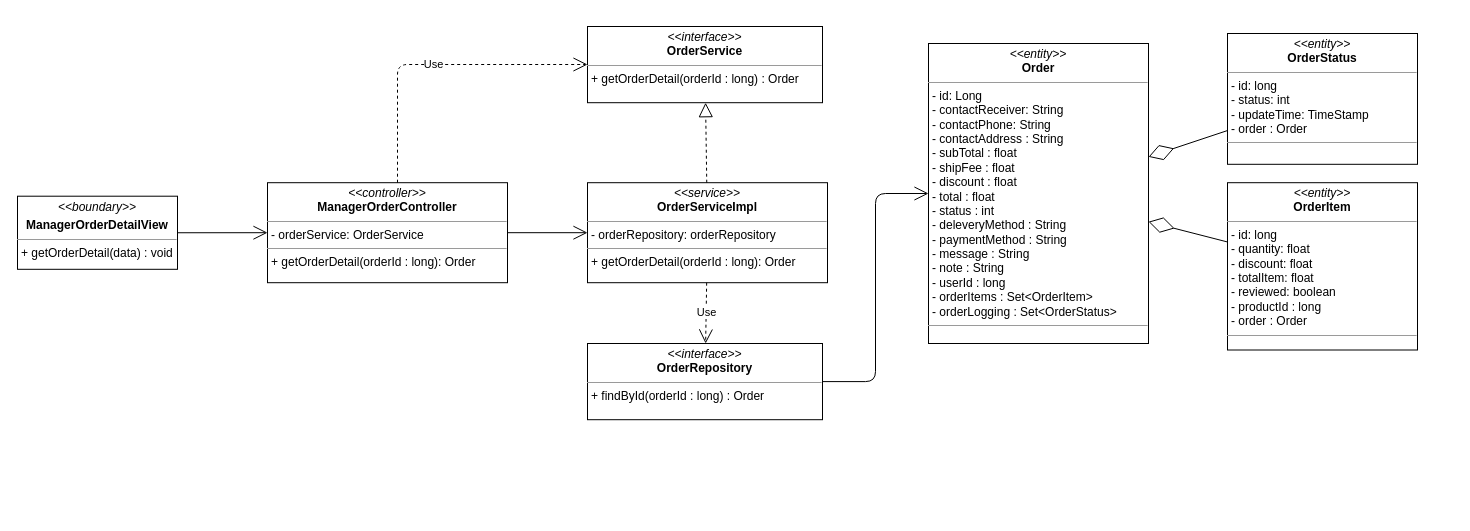
The draw.io diagram class diagram/manager-order-detail-class-diagram.drawio in nguyenphamvan/datn_20202, before the edit. Source tidied: cells renumbered, new cells numbered last; positions are measured from the earlier drawing's top-left corner, leaving out a move shared by most shapes. Both pictures are drawn from the tidied source at 100%, with x=0, y=0 at pixel (17, 26).
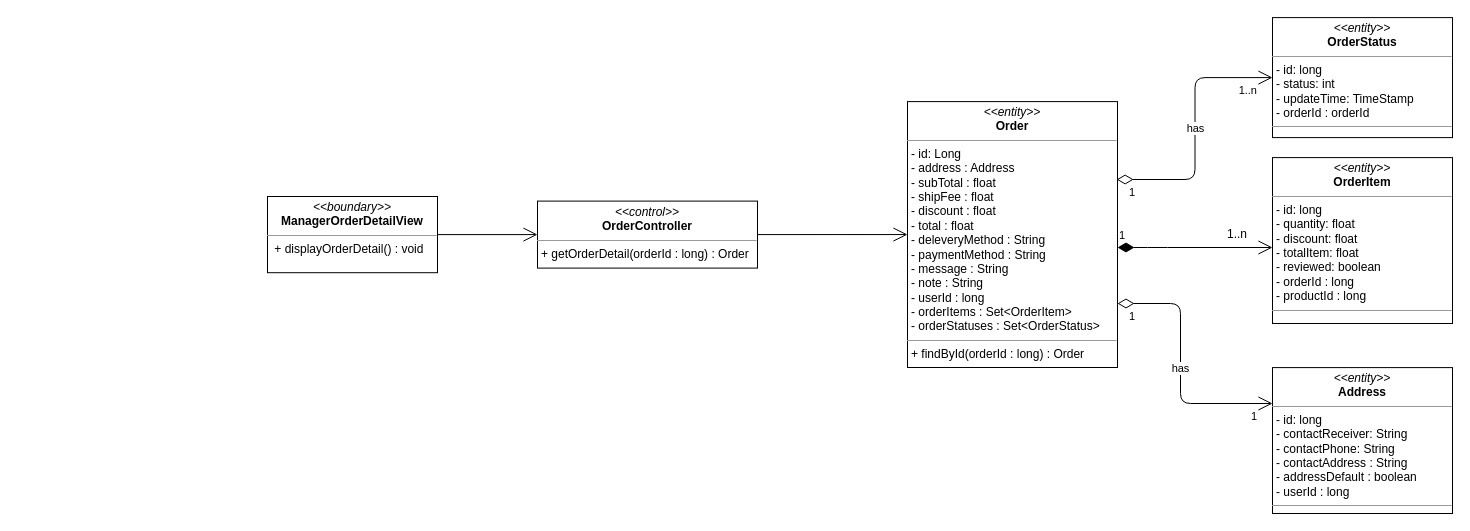
The same page after the edit.

What changed in the source:
```diff
@@
-    <mxCell id="2" value="&lt;p style=&quot;margin: 0px ; margin-top: 4px ; text-align: center&quot;&gt;&lt;i&gt;&amp;lt;&amp;lt;boundary&amp;gt;&amp;gt;&lt;/i&gt;&lt;/p&gt;&lt;p style=&quot;margin: 0px ; margin-top: 4px ; text-align: center&quot;&gt;&lt;b&gt;ManagerOrderDetailView&lt;/b&gt;&lt;/p&gt;&lt;hr size=&quot;1&quot;&gt;&lt;p style=&quot;margin: 0px ; margin-left: 4px&quot;&gt;&lt;span&gt;+ getOrderDetail(data) : void&lt;/span&gt;&lt;br&gt;&lt;/p&gt;" style="verticalAlign=top;align=left;overflow=fill;fontSize=12;fontFamily=Helvetica;html=1;" parent="1" vertex="1">
-      <mxGeometry y="169.7" width="160" height="73.1" as="geometry" />
-    </mxCell>
-    <mxCell id="3" style="endArrow=open;endFill=1;endSize=12;html=1;entryX=0;entryY=0.5;entryDx=0;entryDy=0;exitX=1;exitY=0.5;exitDx=0;exitDy=0;" parent="1" edge="1" source="2" target="7">
-      <mxGeometry relative="1" as="geometry" />
-    </mxCell>
-    <mxCell id="4" style="endArrow=open;endFill=1;endSize=12;html=1;exitX=1;exitY=0.5;exitDx=0;exitDy=0;edgeStyle=orthogonalEdgeStyle;" parent="1" edge="1" source="5" target="13">
-      <mxGeometry relative="1" as="geometry" />
-    </mxCell>
-    <mxCell id="5" value="&lt;p style=&quot;margin: 0px ; margin-top: 4px ; text-align: center&quot;&gt;&lt;i&gt;&amp;lt;&amp;lt;interface&amp;gt;&amp;gt;&lt;/i&gt;&lt;br&gt;&lt;b&gt;OrderRepository&lt;/b&gt;&lt;/p&gt;&lt;hr size=&quot;1&quot;&gt;&lt;p style=&quot;margin: 0px ; margin-left: 4px&quot;&gt;+ findById(orderId : long) : Order&lt;/p&gt;" style="verticalAlign=top;align=left;overflow=fill;fontSize=12;fontFamily=Helvetica;html=1;" parent="1" vertex="1">
-      <mxGeometry x="570" y="317" width="235" height="76.2" as="geometry" />
-    </mxCell>
-    <mxCell id="6" value="&lt;p style=&quot;margin: 0px ; margin-top: 4px ; text-align: center&quot;&gt;&lt;i&gt;&amp;lt;&amp;lt;interface&amp;gt;&amp;gt;&lt;/i&gt;&lt;br&gt;&lt;b&gt;OrderService&lt;/b&gt;&lt;/p&gt;&lt;hr size=&quot;1&quot;&gt;&lt;p style=&quot;margin: 0px ; margin-left: 4px&quot;&gt;+ getOrderDetail(orderId : long) : Order&lt;/p&gt;" style="verticalAlign=top;align=left;overflow=fill;fontSize=12;fontFamily=Helvetica;html=1;" parent="1" vertex="1">
-      <mxGeometry x="570" width="235" height="76.2" as="geometry" />
-    </mxCell>
-    <mxCell id="7" value="&lt;p style=&quot;margin: 0px ; margin-top: 4px ; text-align: center&quot;&gt;&lt;i&gt;&amp;lt;&amp;lt;controller&amp;gt;&amp;gt;&lt;/i&gt;&lt;br&gt;&lt;b&gt;ManagerOrderController&lt;/b&gt;&lt;br&gt;&lt;/p&gt;&lt;hr size=&quot;1&quot;&gt;&lt;p style=&quot;margin: 0px ; margin-left: 4px&quot;&gt;- orderService: OrderService&lt;br&gt;&lt;/p&gt;&lt;hr size=&quot;1&quot;&gt;&lt;p style=&quot;margin: 0px ; margin-left: 4px&quot;&gt;+ getOrderDetail(orderId : long): Order&lt;br&gt;&lt;/p&gt;" style="verticalAlign=top;align=left;overflow=fill;fontSize=12;fontFamily=Helvetica;html=1;" parent="1" vertex="1">
-      <mxGeometry x="250" y="156.2" width="240" height="100" as="geometry" />
-    </mxCell>
-    <mxCell id="8" value="&lt;p style=&quot;margin: 0px ; margin-top: 4px ; text-align: center&quot;&gt;&lt;i&gt;&amp;lt;&amp;lt;service&amp;gt;&amp;gt;&lt;/i&gt;&lt;br&gt;&lt;b&gt;OrderServiceImpl&lt;/b&gt;&lt;/p&gt;&lt;hr size=&quot;1&quot;&gt;&lt;p style=&quot;margin: 0px ; margin-left: 4px&quot;&gt;- orderRepository: orderRepository&lt;br&gt;&lt;/p&gt;&lt;hr size=&quot;1&quot;&gt;&lt;p style=&quot;margin: 0px ; margin-left: 4px&quot;&gt;+ getOrderDetail(orderId : long): Order&lt;br&gt;&lt;/p&gt;" style="verticalAlign=top;align=left;overflow=fill;fontSize=12;fontFamily=Helvetica;html=1;" parent="1" vertex="1">
-      <mxGeometry x="570" y="156.2" width="240" height="100" as="geometry" />
-    </mxCell>
-    <mxCell id="9" value="Use" style="endArrow=open;endSize=12;dashed=1;html=1;edgeStyle=orthogonalEdgeStyle;" parent="1" edge="1" source="7" target="6">
-      <mxGeometry relative="1" as="geometry">
-        <Array as="points">
-          <mxPoint x="380" y="38" />
-        </Array>
-      </mxGeometry>
-    </mxCell>
-    <mxCell id="10" style="endArrow=block;dashed=1;endFill=0;endSize=12;html=1;" parent="1" edge="1" source="8" target="6">
-      <mxGeometry relative="1" as="geometry" />
-    </mxCell>
-    <mxCell id="11" value="Use" style="endArrow=open;endSize=12;dashed=1;html=1;" parent="1" edge="1" source="8" target="5">
-      <mxGeometry relative="1" as="geometry" />
-    </mxCell>
-    <mxCell id="12" style="endArrow=open;endFill=1;endSize=12;html=1;" parent="1" edge="1" source="7" target="8">
-      <mxGeometry relative="1" as="geometry" />
-    </mxCell>
-    <mxCell id="13" value="&lt;p style=&quot;margin: 0px ; margin-top: 4px ; text-align: center&quot;&gt;&lt;i&gt;&amp;lt;&amp;lt;entity&amp;gt;&amp;gt;&lt;/i&gt;&lt;br&gt;&lt;b&gt;Order&lt;/b&gt;&lt;/p&gt;&lt;hr size=&quot;1&quot;&gt;&lt;p style=&quot;margin: 0px ; margin-left: 4px&quot;&gt;- id: Long&lt;/p&gt;&lt;p style=&quot;margin: 0px 0px 0px 4px&quot;&gt;- contactReceiver: String&lt;br&gt;- contactPhone: String&lt;/p&gt;&lt;p style=&quot;margin: 0px 0px 0px 4px&quot;&gt;- contactAddress : String&lt;/p&gt;&lt;p style=&quot;margin: 0px 0px 0px 4px&quot;&gt;- subTotal : float&lt;/p&gt;&lt;p style=&quot;margin: 0px 0px 0px 4px&quot;&gt;- shipFee : float&lt;/p&gt;&lt;p style=&quot;margin: 0px 0px 0px 4px&quot;&gt;- discount : float&lt;/p&gt;&lt;p style=&quot;margin: 0px 0px 0px 4px&quot;&gt;- total : float&lt;/p&gt;&lt;p style=&quot;margin: 0px 0px 0px 4px&quot;&gt;- status : int&lt;/p&gt;&lt;p style=&quot;margin: 0px 0px 0px 4px&quot;&gt;- deleveryMethod : String&lt;/p&gt;&lt;p style=&quot;margin: 0px 0px 0px 4px&quot;&gt;- paymentMethod : String&lt;/p&gt;&lt;p style=&quot;margin: 0px 0px 0px 4px&quot;&gt;- message : String&lt;/p&gt;&lt;p style=&quot;margin: 0px 0px 0px 4px&quot;&gt;- note : String&lt;/p&gt;&lt;p style=&quot;margin: 0px 0px 0px 4px&quot;&gt;- userId : long&lt;/p&gt;&lt;p style=&quot;margin: 0px 0px 0px 4px&quot;&gt;- orderItems : Set&amp;lt;OrderItem&amp;gt;&lt;/p&gt;&lt;p style=&quot;margin: 0px 0px 0px 4px&quot;&gt;- orderLogging : Set&amp;lt;OrderStatus&amp;gt;&amp;nbsp;&lt;/p&gt;&lt;hr size=&quot;1&quot;&gt;&lt;p style=&quot;margin: 0px ; margin-left: 4px&quot;&gt;&lt;br&gt;&lt;/p&gt;" style="verticalAlign=top;align=left;overflow=fill;fontSize=12;fontFamily=Helvetica;html=1;" parent="1" vertex="1">
-      <mxGeometry x="911" y="17" width="220" height="300" as="geometry" />
-    </mxCell>
-    <mxCell id="14" value="&lt;p style=&quot;margin: 0px ; margin-top: 4px ; text-align: center&quot;&gt;&lt;i&gt;&amp;lt;&amp;lt;entity&amp;gt;&amp;gt;&lt;/i&gt;&lt;br&gt;&lt;b&gt;OrderItem&lt;/b&gt;&lt;/p&gt;&lt;hr size=&quot;1&quot;&gt;&lt;p style=&quot;margin: 0px ; margin-left: 4px&quot;&gt;- id: long&lt;/p&gt;&lt;p style=&quot;margin: 0px ; margin-left: 4px&quot;&gt;- quantity: float&lt;br&gt;- discount: float&lt;/p&gt;&lt;p style=&quot;margin: 0px ; margin-left: 4px&quot;&gt;- totalItem: float&lt;/p&gt;&lt;p style=&quot;margin: 0px ; margin-left: 4px&quot;&gt;- reviewed: boolean&lt;/p&gt;&lt;p style=&quot;margin: 0px ; margin-left: 4px&quot;&gt;- productId : long&lt;/p&gt;&lt;p style=&quot;margin: 0px ; margin-left: 4px&quot;&gt;- order : Order&lt;/p&gt;&lt;hr size=&quot;1&quot;&gt;&lt;p style=&quot;margin: 0px ; margin-left: 4px&quot;&gt;&lt;br&gt;&lt;/p&gt;" style="verticalAlign=top;align=left;overflow=fill;fontSize=12;fontFamily=Helvetica;html=1;" parent="1" vertex="1">
-      <mxGeometry x="1210" y="156.2" width="190" height="167.3" as="geometry" />
-    </mxCell>
-    <mxCell id="15" value="&lt;p style=&quot;margin: 0px ; margin-top: 4px ; text-align: center&quot;&gt;&lt;i&gt;&amp;lt;&amp;lt;entity&amp;gt;&amp;gt;&lt;/i&gt;&lt;br&gt;&lt;b&gt;OrderStatus&lt;/b&gt;&lt;/p&gt;&lt;hr size=&quot;1&quot;&gt;&lt;p style=&quot;margin: 0px ; margin-left: 4px&quot;&gt;- id: long&lt;/p&gt;&lt;p style=&quot;margin: 0px ; margin-left: 4px&quot;&gt;- status: int&lt;br&gt;- updateTime: TimeStamp&lt;/p&gt;&lt;p style=&quot;margin: 0px ; margin-left: 4px&quot;&gt;- order : Order&lt;/p&gt;&lt;hr size=&quot;1&quot;&gt;&lt;p style=&quot;margin: 0px ; margin-left: 4px&quot;&gt;&lt;br&gt;&lt;/p&gt;" style="verticalAlign=top;align=left;overflow=fill;fontSize=12;fontFamily=Helvetica;html=1;" parent="1" vertex="1">
-      <mxGeometry x="1210" y="7" width="190" height="130.8" as="geometry" />
-    </mxCell>
-    <mxCell id="16" style="endArrow=diamondThin;endFill=0;endSize=24;html=1;" parent="1" edge="1" source="15" target="13">
-      <mxGeometry relative="1" as="geometry" />
-    </mxCell>
-    <mxCell id="17" style="endArrow=diamondThin;endFill=0;endSize=24;html=1;" parent="1" edge="1" source="14" target="13">
-      <mxGeometry relative="1" as="geometry" />
-    </mxCell>
+    <mxCell id="18" value="&lt;p style=&quot;margin: 0px ; margin-top: 4px ; text-align: center&quot;&gt;&lt;i&gt;&amp;lt;&amp;lt;boundary&amp;gt;&amp;gt;&lt;/i&gt;&lt;br&gt;&lt;b&gt;ManagerOrderDetailView&lt;/b&gt;&lt;/p&gt;&lt;hr size=&quot;1&quot;&gt;&lt;p style=&quot;margin: 0px ; margin-left: 4px&quot;&gt;&lt;span&gt;&amp;nbsp;&lt;/span&gt;&lt;span&gt;+ displayOrderDetail() : void&lt;/span&gt;&lt;/p&gt;" style="verticalAlign=top;align=left;overflow=fill;fontSize=12;fontFamily=Helvetica;html=1;" parent="1" vertex="1">
+      <mxGeometry x="250" y="170" width="170" height="76.2" as="geometry" />
+    </mxCell>
+    <mxCell id="19" style="endArrow=open;endFill=1;endSize=12;html=1;exitX=1;exitY=0.5;exitDx=0;exitDy=0;" parent="1" edge="1" source="18" target="20">
+      <mxGeometry relative="1" as="geometry" />
+    </mxCell>
+    <mxCell id="20" value="&lt;p style=&quot;margin: 0px ; margin-top: 4px ; text-align: center&quot;&gt;&lt;i&gt;&amp;lt;&amp;lt;control&amp;gt;&amp;gt;&lt;/i&gt;&lt;br&gt;&lt;b&gt;OrderController&lt;/b&gt;&lt;br&gt;&lt;/p&gt;&lt;hr size=&quot;1&quot;&gt;&lt;p style=&quot;margin: 0px ; margin-left: 4px&quot;&gt;&lt;span&gt;+ getOrderDetail(orderId : long) : Order&lt;/span&gt;&lt;br&gt;&lt;/p&gt;" style="verticalAlign=top;align=left;overflow=fill;fontSize=12;fontFamily=Helvetica;html=1;" parent="1" vertex="1">
+      <mxGeometry x="520" y="174.6" width="220" height="67" as="geometry" />
+    </mxCell>
+    <mxCell id="21" style="endArrow=open;endFill=1;endSize=12;html=1;entryX=0;entryY=0.5;entryDx=0;entryDy=0;" parent="1" edge="1" source="20" target="23">
+      <mxGeometry relative="1" as="geometry" />
+    </mxCell>
+    <mxCell id="22" value="&lt;p style=&quot;margin: 0px ; margin-top: 4px ; text-align: center&quot;&gt;&lt;i&gt;&amp;lt;&amp;lt;entity&amp;gt;&amp;gt;&lt;/i&gt;&lt;br&gt;&lt;b&gt;Address&lt;/b&gt;&lt;/p&gt;&lt;hr size=&quot;1&quot;&gt;&lt;p style=&quot;margin: 0px ; margin-left: 4px&quot;&gt;- id: long&lt;/p&gt;&lt;p style=&quot;margin: 0px ; margin-left: 4px&quot;&gt;- contactReceiver: String&lt;br&gt;- contactPhone: String&lt;/p&gt;&lt;p style=&quot;margin: 0px ; margin-left: 4px&quot;&gt;- contactAddress : String&lt;/p&gt;&lt;p style=&quot;margin: 0px ; margin-left: 4px&quot;&gt;- addressDefault : boolean&lt;/p&gt;&lt;p style=&quot;margin: 0px ; margin-left: 4px&quot;&gt;- userId : long&lt;/p&gt;&lt;hr size=&quot;1&quot;&gt;&lt;p style=&quot;margin: 0px ; margin-left: 4px&quot;&gt;&lt;br&gt;&lt;/p&gt;" style="verticalAlign=top;align=left;overflow=fill;fontSize=12;fontFamily=Helvetica;html=1;" parent="1" vertex="1">
+      <mxGeometry x="1255" y="341.1" width="180" height="145.9" as="geometry" />
+    </mxCell>
+    <mxCell id="23" value="&lt;p style=&quot;margin: 0px ; margin-top: 4px ; text-align: center&quot;&gt;&lt;i&gt;&amp;lt;&amp;lt;entity&amp;gt;&amp;gt;&lt;/i&gt;&lt;br&gt;&lt;b&gt;Order&lt;/b&gt;&lt;/p&gt;&lt;hr size=&quot;1&quot;&gt;&lt;p style=&quot;margin: 0px ; margin-left: 4px&quot;&gt;- id: Long&lt;/p&gt;&lt;p style=&quot;margin: 0px 0px 0px 4px&quot;&gt;- address : Address&lt;/p&gt;&lt;p style=&quot;margin: 0px 0px 0px 4px&quot;&gt;- subTotal : float&lt;/p&gt;&lt;p style=&quot;margin: 0px 0px 0px 4px&quot;&gt;- shipFee : float&lt;/p&gt;&lt;p style=&quot;margin: 0px 0px 0px 4px&quot;&gt;- discount : float&lt;/p&gt;&lt;p style=&quot;margin: 0px 0px 0px 4px&quot;&gt;- total : float&lt;/p&gt;&lt;p style=&quot;margin: 0px 0px 0px 4px&quot;&gt;- deleveryMethod : String&lt;/p&gt;&lt;p style=&quot;margin: 0px 0px 0px 4px&quot;&gt;- paymentMethod : String&lt;/p&gt;&lt;p style=&quot;margin: 0px 0px 0px 4px&quot;&gt;- message : String&lt;/p&gt;&lt;p style=&quot;margin: 0px 0px 0px 4px&quot;&gt;- note : String&lt;/p&gt;&lt;p style=&quot;margin: 0px 0px 0px 4px&quot;&gt;- userId : long&lt;/p&gt;&lt;p style=&quot;margin: 0px 0px 0px 4px&quot;&gt;- orderItems : Set&amp;lt;OrderItem&amp;gt;&lt;/p&gt;&lt;p style=&quot;margin: 0px 0px 0px 4px&quot;&gt;- orderStatuses : Set&amp;lt;OrderStatus&amp;gt;&lt;/p&gt;&lt;hr size=&quot;1&quot;&gt;&lt;p style=&quot;margin: 0px ; margin-left: 4px&quot;&gt;+ findById(orderId : long) : Order&lt;/p&gt;" style="verticalAlign=top;align=left;overflow=fill;fontSize=12;fontFamily=Helvetica;html=1;" parent="1" vertex="1">
+      <mxGeometry x="890" y="75.1" width="210" height="265.9" as="geometry" />
+    </mxCell>
+    <mxCell id="24" value="&lt;p style=&quot;margin: 0px ; margin-top: 4px ; text-align: center&quot;&gt;&lt;i&gt;&amp;lt;&amp;lt;entity&amp;gt;&amp;gt;&lt;/i&gt;&lt;br&gt;&lt;b&gt;OrderItem&lt;/b&gt;&lt;/p&gt;&lt;hr size=&quot;1&quot;&gt;&lt;p style=&quot;margin: 0px ; margin-left: 4px&quot;&gt;- id: long&lt;/p&gt;&lt;p style=&quot;margin: 0px ; margin-left: 4px&quot;&gt;- quantity: float&lt;br&gt;- discount: float&lt;/p&gt;&lt;p style=&quot;margin: 0px ; margin-left: 4px&quot;&gt;- totalItem: float&lt;/p&gt;&lt;p style=&quot;margin: 0px ; margin-left: 4px&quot;&gt;- reviewed: boolean&lt;/p&gt;&lt;p style=&quot;margin: 0px ; margin-left: 4px&quot;&gt;- orderId : long&lt;/p&gt;&lt;p style=&quot;margin: 0px ; margin-left: 4px&quot;&gt;- productId : long&lt;/p&gt;&lt;hr size=&quot;1&quot;&gt;&lt;p style=&quot;margin: 0px ; margin-left: 4px&quot;&gt;&lt;br&gt;&lt;/p&gt;" style="verticalAlign=top;align=left;overflow=fill;fontSize=12;fontFamily=Helvetica;html=1;" parent="1" vertex="1">
+      <mxGeometry x="1255" y="131.1" width="180" height="165.9" as="geometry" />
+    </mxCell>
+    <mxCell id="25" value="&lt;p style=&quot;margin: 0px ; margin-top: 4px ; text-align: center&quot;&gt;&lt;i&gt;&amp;lt;&amp;lt;entity&amp;gt;&amp;gt;&lt;/i&gt;&lt;br&gt;&lt;b&gt;OrderStatus&lt;/b&gt;&lt;/p&gt;&lt;hr size=&quot;1&quot;&gt;&lt;p style=&quot;margin: 0px ; margin-left: 4px&quot;&gt;- id: long&lt;/p&gt;&lt;p style=&quot;margin: 0px ; margin-left: 4px&quot;&gt;- status: int&lt;br&gt;- updateTime: TimeStamp&lt;/p&gt;&lt;p style=&quot;margin: 0px ; margin-left: 4px&quot;&gt;- orderId : orderId&lt;/p&gt;&lt;hr size=&quot;1&quot;&gt;&lt;p style=&quot;margin: 0px ; margin-left: 4px&quot;&gt;&lt;br&gt;&lt;/p&gt;" style="verticalAlign=top;align=left;overflow=fill;fontSize=12;fontFamily=Helvetica;html=1;" parent="1" vertex="1">
+      <mxGeometry x="1255" y="-8.9" width="180" height="120" as="geometry" />
+    </mxCell>
+    <mxCell id="26" value="has" style="endArrow=open;html=1;endSize=12;startArrow=diamondThin;startSize=14;startFill=0;edgeStyle=orthogonalEdgeStyle;exitX=0.996;exitY=0.293;exitDx=0;exitDy=0;exitPerimeter=0;" parent="1" edge="1" source="23" target="25">
+      <mxGeometry relative="1" as="geometry" />
+    </mxCell>
+    <mxCell id="27" value="1" style="edgeLabel;html=1;align=left;verticalAlign=top;" parent="26" vertex="1">
+      <mxGeometry x="-1" relative="1" as="geometry">
+        <mxPoint x="11" as="offset" />
+      </mxGeometry>
+    </mxCell>
+    <mxCell id="28" value="1..n" style="edgeLabel;html=1;align=right;verticalAlign=top;" parent="26" vertex="1">
+      <mxGeometry x="1" relative="1" as="geometry">
+        <mxPoint x="-15" as="offset" />
+      </mxGeometry>
+    </mxCell>
+    <mxCell id="29" value="has" style="endArrow=open;html=1;endSize=12;startArrow=diamondThin;startSize=14;startFill=0;edgeStyle=orthogonalEdgeStyle;" parent="1" edge="1" source="23" target="22">
+      <mxGeometry relative="1" as="geometry">
+        <Array as="points">
+          <mxPoint x="1163" y="277" />
+          <mxPoint x="1163" y="377" />
+        </Array>
+      </mxGeometry>
+    </mxCell>
+    <mxCell id="30" value="1" style="edgeLabel;html=1;align=left;verticalAlign=top;" parent="29" vertex="1">
+      <mxGeometry x="-1" relative="1" as="geometry">
+        <mxPoint x="10" as="offset" />
+      </mxGeometry>
+    </mxCell>
+    <mxCell id="31" value="1" style="edgeLabel;html=1;align=right;verticalAlign=top;" parent="29" vertex="1">
+      <mxGeometry x="1" relative="1" as="geometry">
+        <mxPoint x="-15" as="offset" />
+      </mxGeometry>
+    </mxCell>
+    <mxCell id="32" value="1" style="endArrow=open;html=1;endSize=12;startArrow=diamondThin;startSize=14;startFill=1;edgeStyle=orthogonalEdgeStyle;align=left;verticalAlign=bottom;" parent="1" edge="1" source="23" target="24">
+      <mxGeometry x="-1" y="3" relative="1" as="geometry">
+        <Array as="points">
+          <mxPoint x="1140" y="221" />
+          <mxPoint x="1140" y="221" />
+        </Array>
+      </mxGeometry>
+    </mxCell>
+    <mxCell id="33" value="1..n" style="text;html=1;strokeColor=none;fillColor=none;align=center;verticalAlign=middle;whiteSpace=wrap;rounded=0;" parent="1" vertex="1">
+      <mxGeometry x="1200" y="198.1" width="40" height="20" as="geometry" />
+    </mxCell>
```
